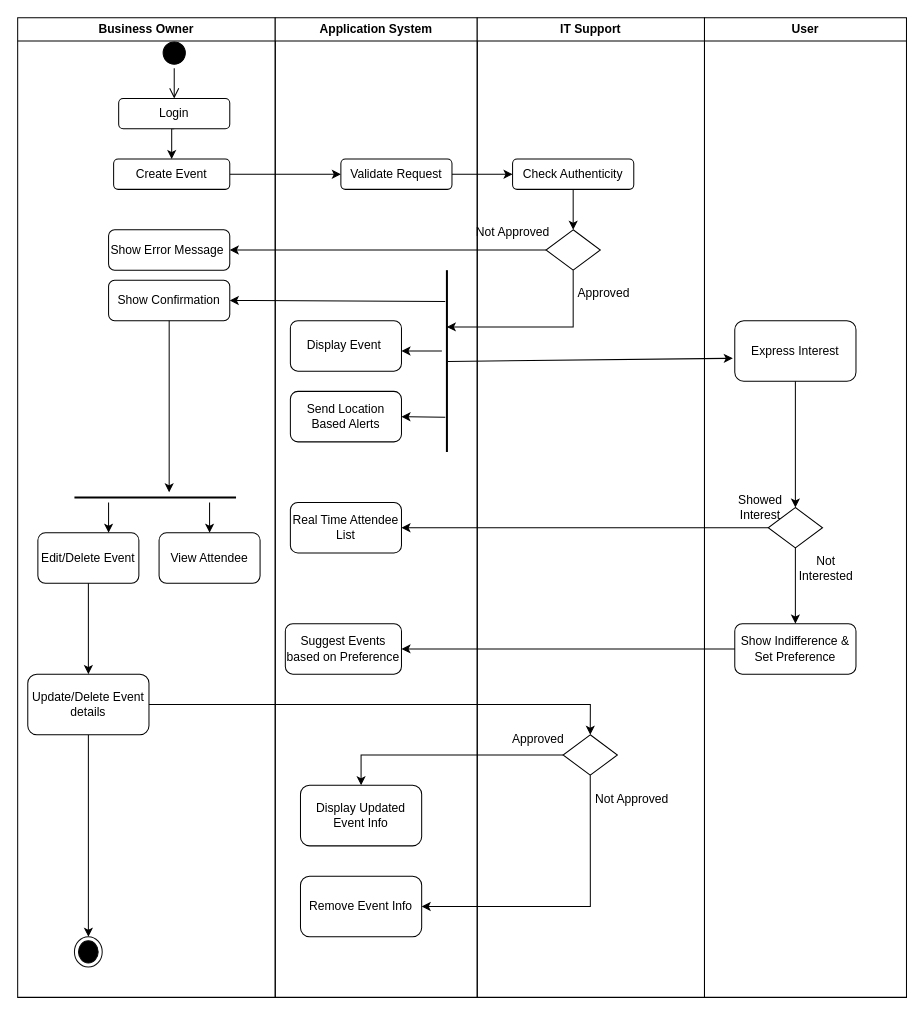
This is CreateEvent.drawio from HariniRavi490/Demo-Repo, a draw.io file, before an edit. Source tidied: cells renumbered, new cells numbered last; positions are measured from the earlier drawing's top-left corner, leaving out a move shared by most shapes. Both pictures are drawn from the tidied source at 101%, with x=0, y=0 at pixel (17, 17).
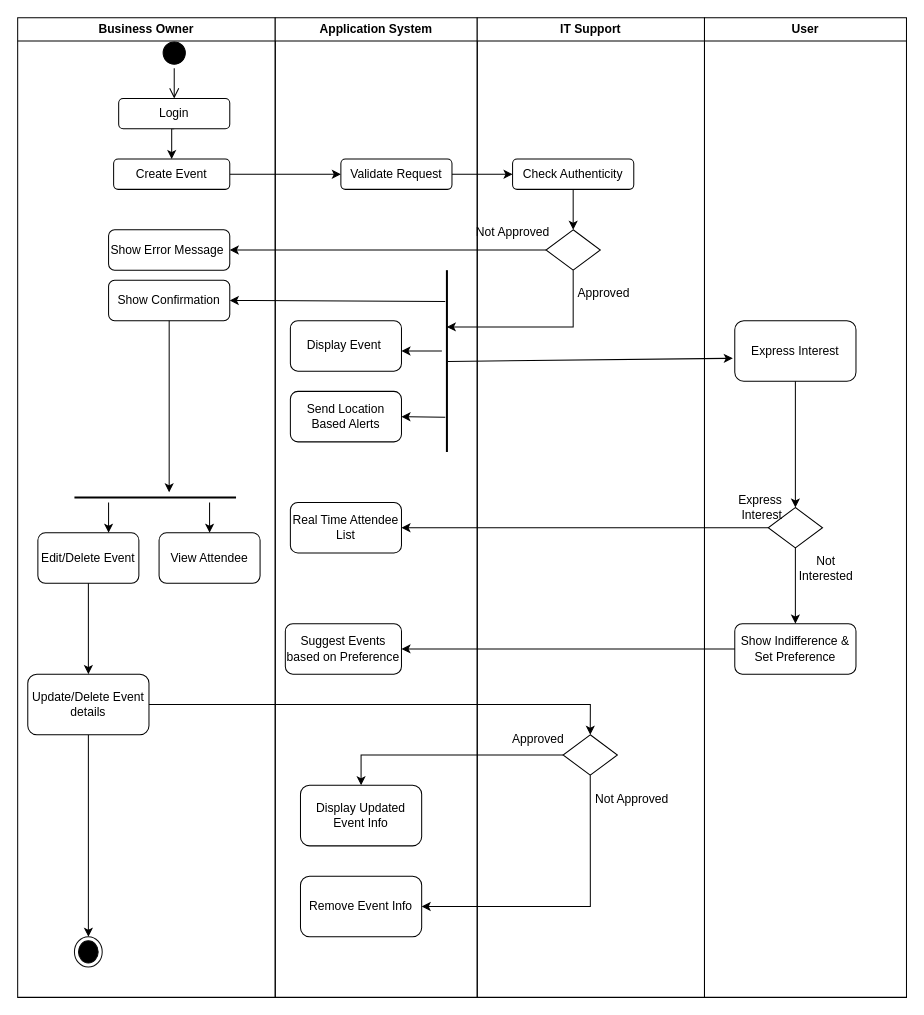
Above is the later version.

Unchanged cells that the change refers to:
```xml
<mxCell id="54" value="User" style="swimlane;whiteSpace=wrap;html=1;" parent="1" vertex="1">
  <mxGeometry x="680" width="200" height="970" as="geometry" />
</mxCell>
```

The edit, as a diff of the source:
```diff
@@
-    <mxCell id="55" value="Showed &lt;br&gt;Interest" style="text;html=1;align=center;verticalAlign=middle;strokeColor=none;fillColor=none;" parent="54" vertex="1">
+    <mxCell id="55" value="Express&lt;br&gt;&amp;nbsp;Interest" style="text;html=1;align=center;verticalAlign=middle;strokeColor=none;fillColor=none;" parent="54" vertex="1">
       <mxGeometry x="20" y="465" width="70" height="40" as="geometry" />
     </mxCell>
```
